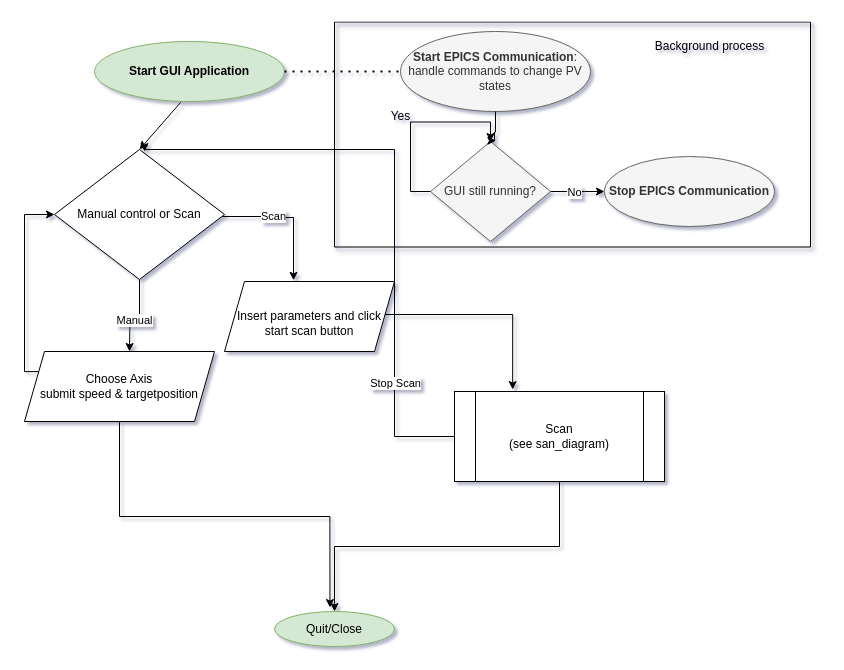
Above: Program_Diagram.drawio in sistrebel/Emittancemeter_control (draw.io), before the change. Source tidied: cells renumbered, new cells numbered last; positions are measured from the earlier drawing's top-left corner, leaving out a move shared by most shapes. Both pictures are drawn from the tidied source at 100%, with x=0, y=0 at pixel (24, 21).
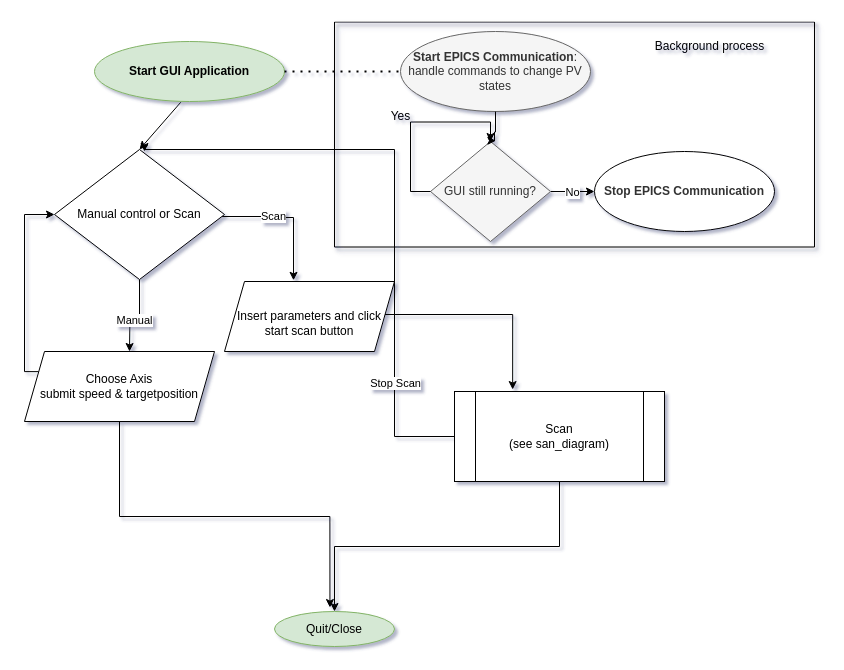
The same page after the edit.

The change refers to these unchanged cells:
```xml
<mxCell id="22" value="GUI still running?" style="rhombus;whiteSpace=wrap;html=1;fillColor=#f5f5f5;fontColor=#333333;strokeColor=#666666;" parent="20" vertex="1">
  <mxGeometry x="96" y="119.5" width="120" height="100" as="geometry" />
</mxCell>
```

Change to the diagram source:
```diff
@@
-    <mxCell id="6" style="edgeStyle=orthogonalEdgeStyle;rounded=0;jettySize=auto;html=1;exitX=1;exitY=0.5;exitDx=0;exitDy=0;" parent="1" edge="1" source="22">
-      <mxGeometry relative="1" as="geometry">
-        <mxPoint x="580" y="170" as="targetPoint" />
-        <Array as="points">
-          <mxPoint x="560" y="170" />
-        </Array>
-      </mxGeometry>
-    </mxCell>
-    <mxCell id="7" value="No" style="edgeLabel;html=1;align=center;verticalAlign=middle;" parent="6" vertex="1">
-      <mxGeometry x="-0.15" relative="1" as="geometry" />
-    </mxCell>
-    <mxCell id="8" value="&lt;b&gt;Stop EPICS Communication&lt;/b&gt;" style="ellipse;whiteSpace=wrap;html=1;fillColor=#f5f5f5;fontColor=#333333;strokeColor=#666666;" parent="1" vertex="1">
-      <mxGeometry x="580" y="135" width="170" height="70" as="geometry" />
-    </mxCell>
@@
     <mxCell id="20" style="swimlane;startSize=0;fillColor=#E6E6E6;strokeColor=default;fillStyle=solid;rounded=0;shadow=1;glass=1;" parent="1" vertex="1">
-      <mxGeometry x="310" y="0.5" width="476" height="225" as="geometry" />
+      <mxGeometry x="310" y="0.5" width="480" height="225" as="geometry" />
     </mxCell>
@@
+    <mxCell id="31" style="edgeStyle=orthogonalEdgeStyle;rounded=0;jettySize=auto;html=1;exitX=1;exitY=0.5;exitDx=0;exitDy=0;entryX=0;entryY=0.5;entryDx=0;entryDy=0;" parent="20" edge="1" source="22" target="8">
+      <mxGeometry relative="1" as="geometry" />
+    </mxCell>
+    <mxCell id="7" value="No" style="edgeLabel;html=1;align=center;verticalAlign=middle;" parent="31" vertex="1">
+      <mxGeometry x="-0.06" relative="1" as="geometry" />
+    </mxCell>
@@
+    <mxCell id="8" value="&lt;b style=&quot;border-color: var(--border-color); color: rgb(51, 51, 51);&quot;&gt;Stop EPICS Communication&lt;/b&gt;" style="ellipse;whiteSpace=wrap;html=1;" parent="20" vertex="1">
+      <mxGeometry x="260" y="129.5" width="180" height="80" as="geometry" />
+    </mxCell>
```
